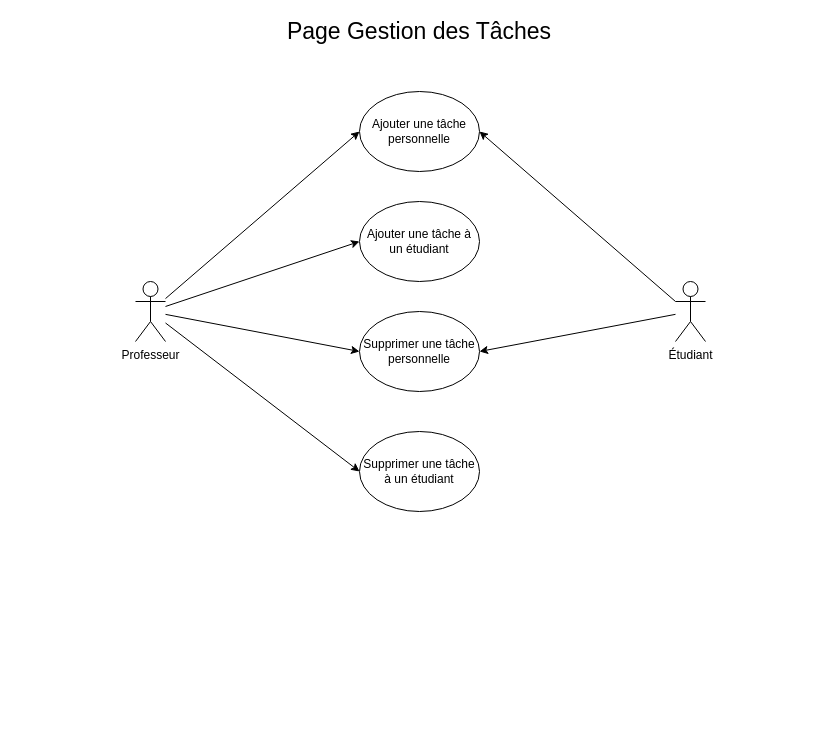
This is ToDoList.drawio from Ngc1987/Learn-home, a draw.io file, before an edit. Source tidied: cells renumbered, new cells numbered last; positions are measured from the earlier drawing's top-left corner, leaving out a move shared by most shapes. Both pictures are drawn from the tidied source at 100%, with x=0, y=0 at pixel (135, 21).
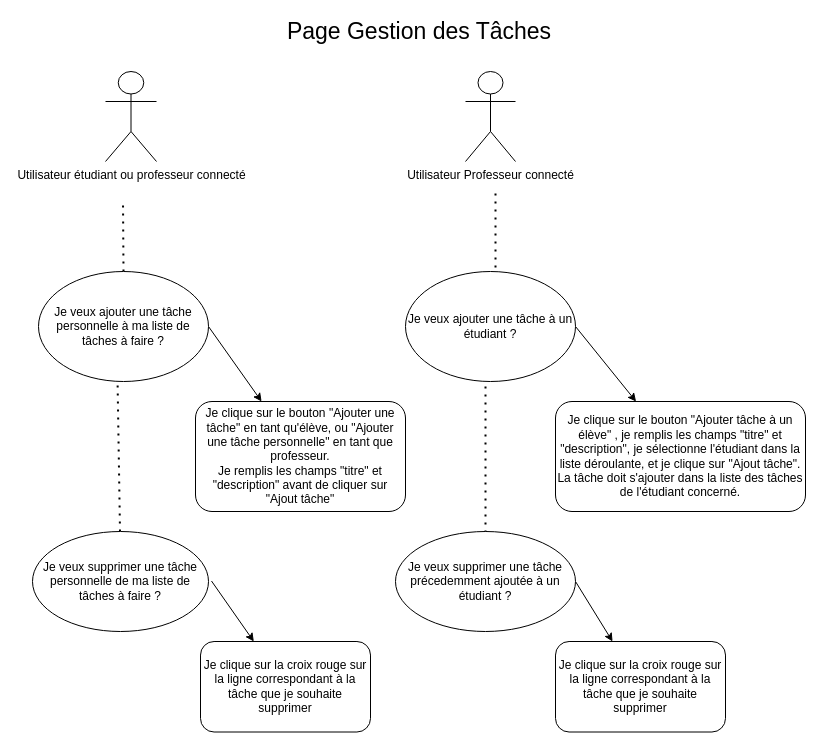
After the change.

What changed in the source:
```diff
@@
-    <mxCell id="3" value="Étudiant" style="shape=umlActor;verticalLabelPosition=bottom;verticalAlign=top;html=1;outlineConnect=0;" parent="1" vertex="1">
-      <mxGeometry x="540" y="260" width="30" height="60" as="geometry" />
-    </mxCell>
-    <mxCell id="4" value="Professeur" style="shape=umlActor;verticalLabelPosition=bottom;verticalAlign=top;html=1;outlineConnect=0;" parent="1" vertex="1">
-      <mxGeometry y="260" width="30" height="60" as="geometry" />
+    <mxCell id="4" value="Utilisateur Professeur connecté" style="shape=umlActor;verticalLabelPosition=bottom;verticalAlign=top;html=1;outlineConnect=0;" parent="1" vertex="1">
+      <mxGeometry x="330" y="50" width="50" height="90" as="geometry" />
     </mxCell>
-    <mxCell id="5" value="Ajouter une tâche personnelle" style="ellipse;whiteSpace=wrap;html=1;" parent="1" vertex="1">
-      <mxGeometry x="224" y="70" width="120" height="80" as="geometry" />
-    </mxCell>
-    <mxCell id="6" value="Ajouter une tâche à un étudiant" style="ellipse;whiteSpace=wrap;html=1;" parent="1" vertex="1">
-      <mxGeometry x="224" y="180" width="120" height="80" as="geometry" />
-    </mxCell>
-    <mxCell id="7" value="Supprimer une tâche personnelle" style="ellipse;whiteSpace=wrap;html=1;" parent="1" vertex="1">
-      <mxGeometry x="224" y="290" width="120" height="80" as="geometry" />
-    </mxCell>
-    <mxCell id="8" value="Supprimer une tâche à un étudiant" style="ellipse;whiteSpace=wrap;html=1;" parent="1" vertex="1">
-      <mxGeometry x="224" y="410" width="120" height="80" as="geometry" />
-    </mxCell>
-    <mxCell id="9" style="endArrow=classic;html=1;entryX=0;entryY=0.5;entryDx=0;entryDy=0;" parent="1" edge="1" source="4" target="5">
-      <mxGeometry relative="1" as="geometry" />
-    </mxCell>
-    <mxCell id="10" style="endArrow=classic;html=1;entryX=0;entryY=0.5;entryDx=0;entryDy=0;" parent="1" edge="1" source="4" target="6">
-      <mxGeometry relative="1" as="geometry" />
-    </mxCell>
-    <mxCell id="11" style="endArrow=classic;html=1;entryX=0;entryY=0.5;entryDx=0;entryDy=0;" parent="1" edge="1" source="4" target="7">
-      <mxGeometry relative="1" as="geometry" />
-    </mxCell>
-    <mxCell id="12" style="endArrow=classic;html=1;entryX=0;entryY=0.5;entryDx=0;entryDy=0;" parent="1" edge="1" source="4" target="8">
-      <mxGeometry relative="1" as="geometry" />
-    </mxCell>
-    <mxCell id="13" style="endArrow=classic;html=1;entryX=1;entryY=0.5;entryDx=0;entryDy=0;exitX=0;exitY=0.3333333333333333;exitDx=0;exitDy=0;exitPerimeter=0;" parent="1" edge="1" source="3" target="5">
-      <mxGeometry relative="1" as="geometry" />
-    </mxCell>
-    <mxCell id="14" style="endArrow=classic;html=1;entryX=1;entryY=0.5;entryDx=0;entryDy=0;" parent="1" edge="1" source="3" target="7">
-      <mxGeometry relative="1" as="geometry" />
-    </mxCell>
+    <mxCell id="15" value="Utilisateur étudiant ou professeur connecté" style="shape=umlActor;verticalLabelPosition=bottom;verticalAlign=top;html=1;" parent="1" vertex="1">
+      <mxGeometry x="-30" y="50" width="51" height="90" as="geometry" />
+    </mxCell>
+    <mxCell id="16" style="endArrow=classic;html=1;rounded=0;exitX=1;exitY=0.5;exitDx=0;exitDy=0;" parent="1" edge="1" source="24" target="17">
+      <mxGeometry relative="1" as="geometry" />
+    </mxCell>
+    <mxCell id="17" value="Je clique sur le bouton &quot;Ajouter une tâche&quot; en tant qu'élève, ou &quot;Ajouter une tâche personnelle&quot; en tant que professeur.&lt;br&gt;Je remplis les champs &quot;titre&quot; et &quot;description&quot; avant de cliquer sur &quot;Ajout tâche&quot;" style="rounded=1;whiteSpace=wrap;html=1;" parent="1" vertex="1">
+      <mxGeometry x="60" y="380" width="210" height="110" as="geometry" />
+    </mxCell>
+    <mxCell id="18" style="endArrow=none;dashed=1;html=1;dashPattern=1 3;strokeWidth=2;rounded=0;entryX=0.465;entryY=0.991;entryDx=0;entryDy=0;entryPerimeter=0;" parent="1" edge="1" source="19" target="24">
+      <mxGeometry relative="1" as="geometry" />
+    </mxCell>
+    <mxCell id="19" value="Je veux supprimer une tâche personnelle de ma liste de tâches à faire ?" style="ellipse;whiteSpace=wrap;html=1;" parent="1" vertex="1">
+      <mxGeometry x="-103" y="510" width="176" height="100" as="geometry" />
+    </mxCell>
+    <mxCell id="20" style="endArrow=classic;html=1;rounded=0;exitX=1;exitY=0.5;exitDx=0;exitDy=0;" parent="1" edge="1" target="21">
+      <mxGeometry relative="1" as="geometry">
+        <mxPoint x="76" y="559.5" as="sourcePoint" />
+      </mxGeometry>
+    </mxCell>
+    <mxCell id="21" value="Je clique sur la croix rouge sur la ligne correspondant à la tâche que je souhaite supprimer" style="rounded=1;whiteSpace=wrap;html=1;" parent="1" vertex="1">
+      <mxGeometry x="65" y="620" width="170" height="90.5" as="geometry" />
+    </mxCell>
+    <mxCell id="22" style="endArrow=none;dashed=1;html=1;dashPattern=1 3;strokeWidth=2;rounded=0;startArrow=none;" parent="1" edge="1" source="24">
+      <mxGeometry relative="1" as="geometry">
+        <mxPoint x="-12.5" y="180" as="targetPoint" />
+      </mxGeometry>
+    </mxCell>
+    <mxCell id="23" style="endArrow=none;dashed=1;html=1;dashPattern=1 3;strokeWidth=2;rounded=0;" parent="1" edge="1">
+      <mxGeometry relative="1" as="geometry">
+        <mxPoint x="360" y="270" as="sourcePoint" />
+        <mxPoint x="360" y="170" as="targetPoint" />
+      </mxGeometry>
+    </mxCell>
+    <mxCell id="24" value="Je veux ajouter une tâche personnelle à ma liste de tâches à faire ?" style="ellipse;whiteSpace=wrap;html=1;" parent="1" vertex="1">
+      <mxGeometry x="-97" y="250" width="170" height="110" as="geometry" />
+    </mxCell>
+    <mxCell id="25" style="endArrow=classic;html=1;rounded=0;exitX=1;exitY=0.5;exitDx=0;exitDy=0;" parent="1" edge="1" source="30" target="26">
+      <mxGeometry relative="1" as="geometry" />
+    </mxCell>
+    <mxCell id="26" value="Je clique sur le bouton &quot;Ajouter tâche à un élève&quot; , je remplis les champs &quot;titre&quot; et &quot;description&quot;, je sélectionne l'étudiant dans la liste déroulante, et je clique sur &quot;Ajout tâche&quot;.&lt;br&gt;La tâche doit s'ajouter dans la liste des tâches de l'étudiant concerné." style="rounded=1;whiteSpace=wrap;html=1;" parent="1" vertex="1">
+      <mxGeometry x="420" y="380" width="250" height="110" as="geometry" />
+    </mxCell>
+    <mxCell id="27" style="endArrow=none;dashed=1;html=1;dashPattern=1 3;strokeWidth=2;rounded=0;entryX=0.465;entryY=0.991;entryDx=0;entryDy=0;entryPerimeter=0;" parent="1" edge="1">
+      <mxGeometry relative="1" as="geometry">
+        <mxPoint x="350" y="511" as="sourcePoint" />
+        <mxPoint x="350" y="360" as="targetPoint" />
+      </mxGeometry>
+    </mxCell>
+    <mxCell id="28" style="endArrow=classic;html=1;rounded=0;exitX=1;exitY=0.5;exitDx=0;exitDy=0;" parent="1" edge="1" source="31" target="29">
+      <mxGeometry relative="1" as="geometry" />
+    </mxCell>
+    <mxCell id="29" value="Je clique sur la croix rouge sur la ligne correspondant à la tâche que je souhaite supprimer" style="rounded=1;whiteSpace=wrap;html=1;" parent="1" vertex="1">
+      <mxGeometry x="420" y="620" width="170" height="90.5" as="geometry" />
+    </mxCell>
+    <mxCell id="30" value="Je veux ajouter une tâche à un étudiant ?" style="ellipse;whiteSpace=wrap;html=1;" parent="1" vertex="1">
+      <mxGeometry x="270" y="250" width="170" height="110" as="geometry" />
+    </mxCell>
+    <mxCell id="31" value="Je veux supprimer une tâche précedemment ajoutée à un étudiant ?" style="ellipse;whiteSpace=wrap;html=1;" parent="1" vertex="1">
+      <mxGeometry x="260" y="510" width="180" height="100" as="geometry" />
+    </mxCell>
```
